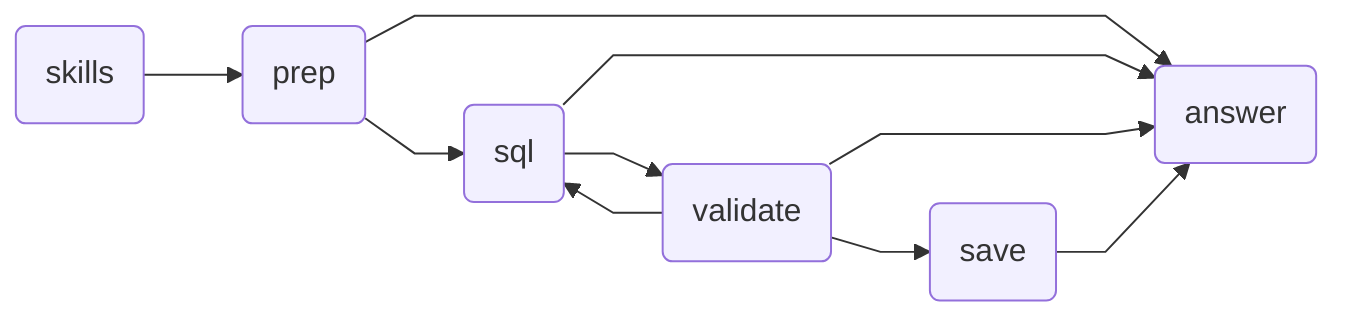
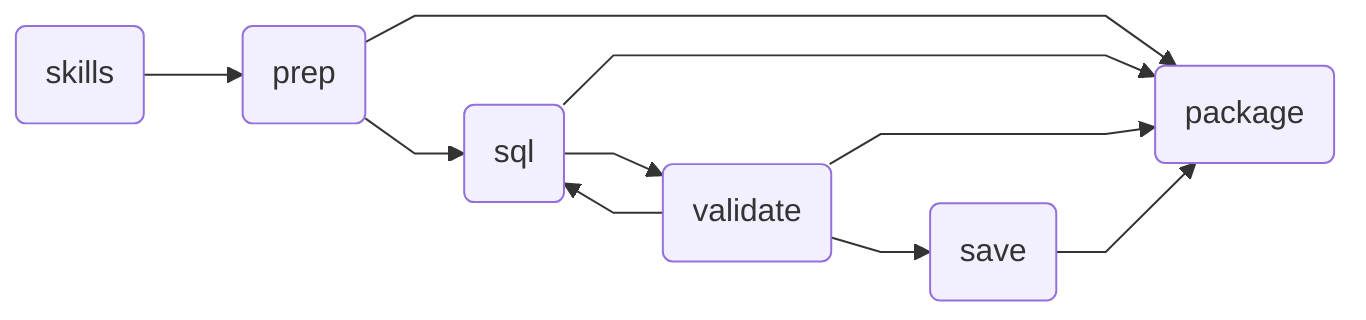
---
config:
  flowchart:
    curve: linear
---
graph LR;
	skills(skills)
	prep(prep)
	sql(sql)
	validate(validate)
	save(save)
- 	answer(answer)
- 	prep --> answer;
+ 	package(package)
+ 	prep --> package;
	prep --> sql;
- 	save --> answer;
+ 	save --> package;
	skills --> prep;
- 	sql --> answer;
+ 	sql --> package;
	sql --> validate;
- 	validate --> answer;
+ 	validate --> package;
	validate --> save;
	validate --> sql;
	classDef default fill:#f2f0ff,line-height:1.2
	classDef first fill-opacity:0
	classDef last fill:#bfb6fc
